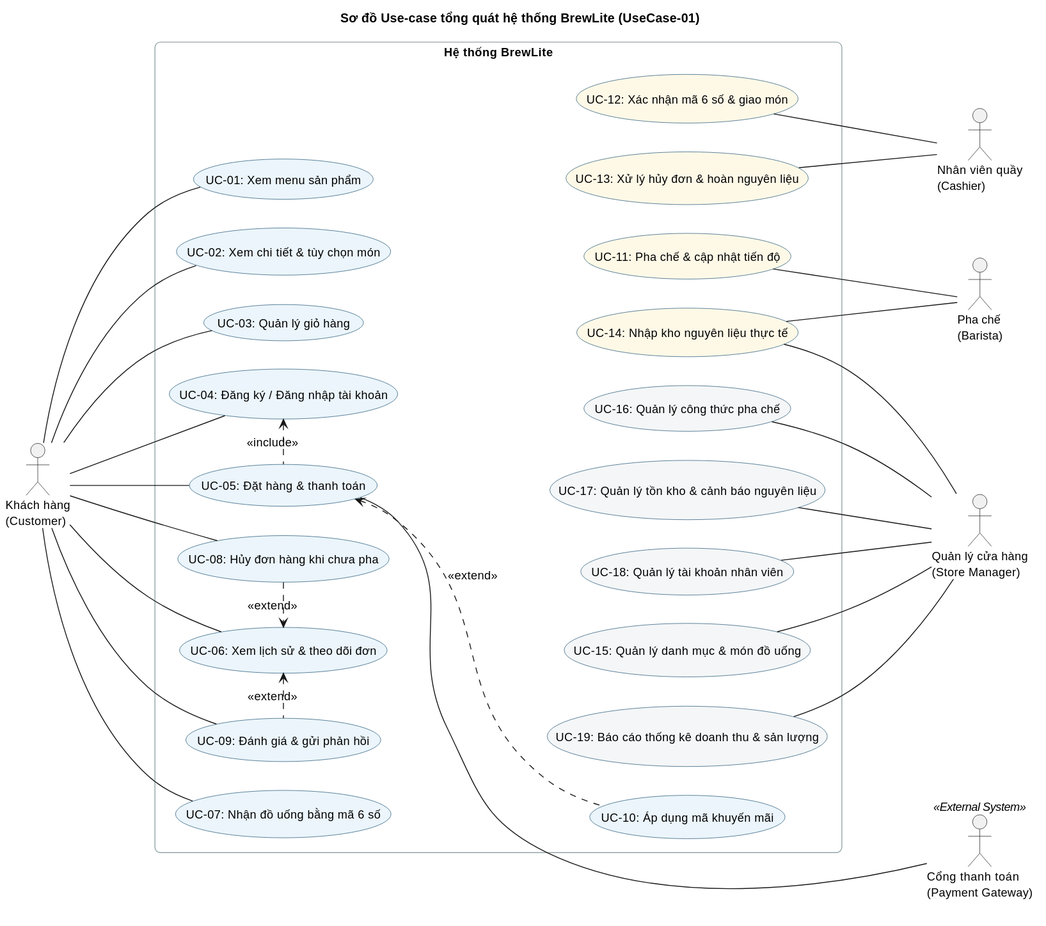
The PlantUML diagram docs/diagrams/usecase-overview.svg in Longcodepro/Project_SE_Assignment02_HK1_2026_2027, before a commit.
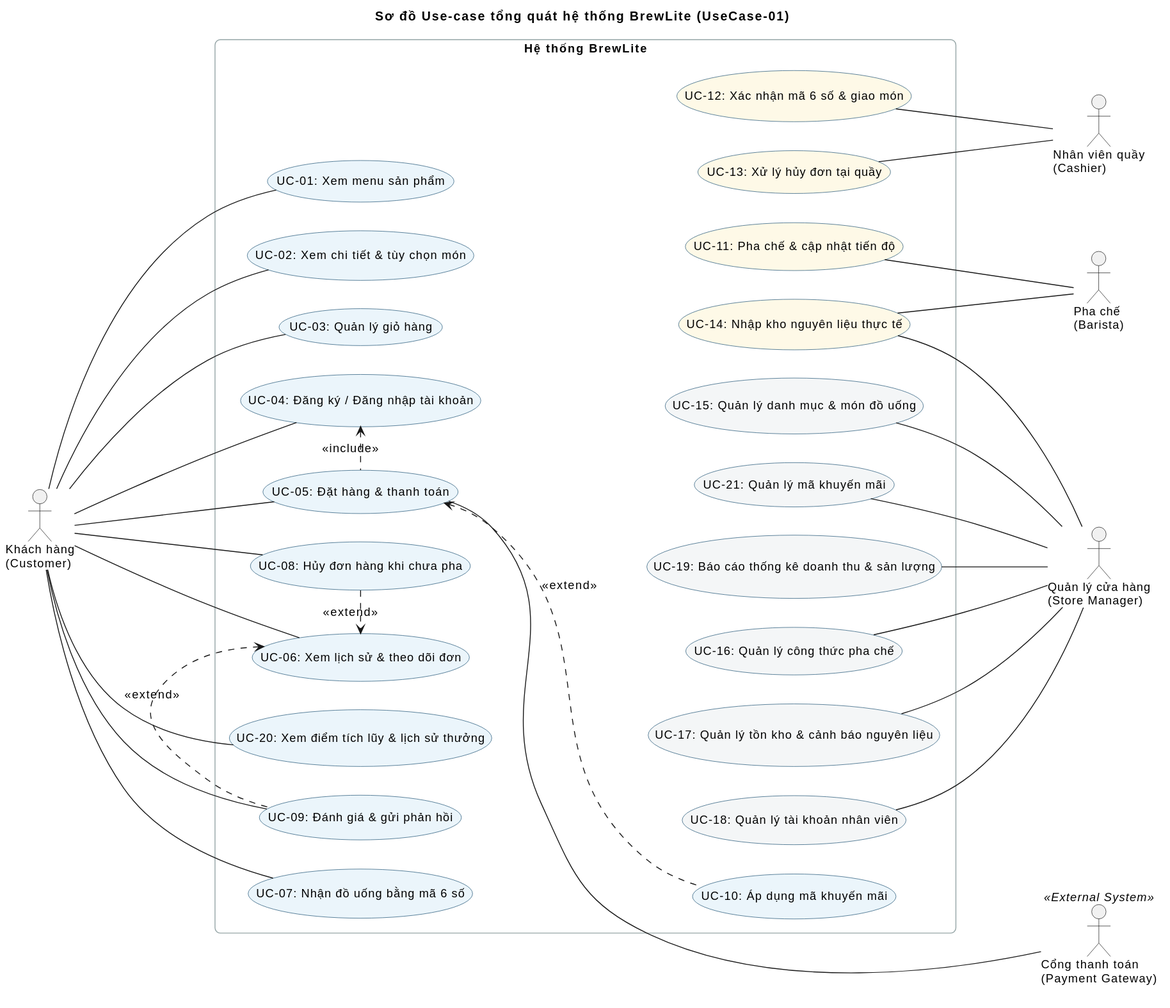
The same diagram one commit later.

Commit message:
docs(task-1.2d): xuat lai anh usecase-overview.svg du 21 use case

The edit, as a diff of the source:
```diff
@@ -31,18 +31,21 @@
   usecase "UC-05: Đặt hàng & thanh toán" as UC05
   usecase "UC-08: Hủy đơn hàng khi chưa pha" as UC08
   usecase "UC-06: Xem lịch sử & theo dõi đơn" as UC06
+  usecase "UC-20: Xem điểm tích lũy & lịch sử thưởng" as UC20
   usecase "UC-09: Đánh giá & gửi phản hồi" as UC09
   usecase "UC-07: Nhận đồ uống bằng mã 6 số" as UC07
   usecase "UC-10: Áp dụng mã khuyến mãi" as UC10
 
   usecase "UC-12: Xác nhận mã 6 số & giao món" as UC12 #FEF9E7
-  usecase "UC-13: Xử lý hủy đơn & hoàn nguyên liệu" as UC13 #FEF9E7
+  usecase "UC-13: Xử lý hủy đơn tại quầy" as UC13 #FEF9E7
   usecase "UC-11: Pha chế & cập nhật tiến độ" as UC11 #FEF9E7
   usecase "UC-14: Nhập kho nguyên liệu thực tế" as UC14 #FEF9E7
+
   usecase "UC-15: Quản lý danh mục & món đồ uống" as UC15 #F4F6F7
   usecase "UC-16: Quản lý công thức pha chế" as UC16 #F4F6F7
   usecase "UC-17: Quản lý tồn kho & cảnh báo nguyên liệu" as UC17 #F4F6F7
   usecase "UC-18: Quản lý tài khoản nhân viên" as UC18 #F4F6F7
+  usecase "UC-21: Quản lý mã khuyến mãi" as UC21 #F4F6F7
   usecase "UC-19: Báo cáo thống kê doanh thu & sản lượng" as UC19 #F4F6F7
 }
 
@@ -52,8 +55,10 @@
 UC04 -[hidden]right- UC05
 UC05 -[hidden]right- UC08
 UC08 -[hidden]right- UC06
-UC06 -[hidden]right- UC09
+UC06 -[hidden]right- UC20
+UC20 -[hidden]right- UC09
 UC09 -[hidden]right- UC07
+
 UC10 -[hidden]left- UC12
 UC12 -[hidden]left- UC13
 UC13 -[hidden]left- UC11
@@ -62,7 +67,8 @@
 UC15 -[hidden]left- UC16
 UC16 -[hidden]left- UC17
 UC17 -[hidden]left- UC18
-UC18 -[hidden]left- UC19
+UC18 -[hidden]left- UC21
+UC21 -[hidden]left- UC19
 UC10 -[hidden]- PaymentGateway
 
 Customer -- UC01
@@ -71,19 +77,25 @@
 Customer -- UC04
 Customer -- UC05
 Customer -- UC06
+Customer -- UC20
 Customer -- UC07
 Customer -- UC08
 Customer -- UC09
+
 UC05 -- PaymentGateway
+
 UC12 -- Cashier
 UC13 -- Cashier
+
 UC11 -- Barista
 UC14 -- Barista
+
 UC14 -- Manager
 UC15 -- Manager
 UC16 -- Manager
 UC17 -- Manager
 UC18 -- Manager
+UC21 -- Manager
 UC19 -- Manager
 
 UC05 .left.> UC04 : <<include>>
```
